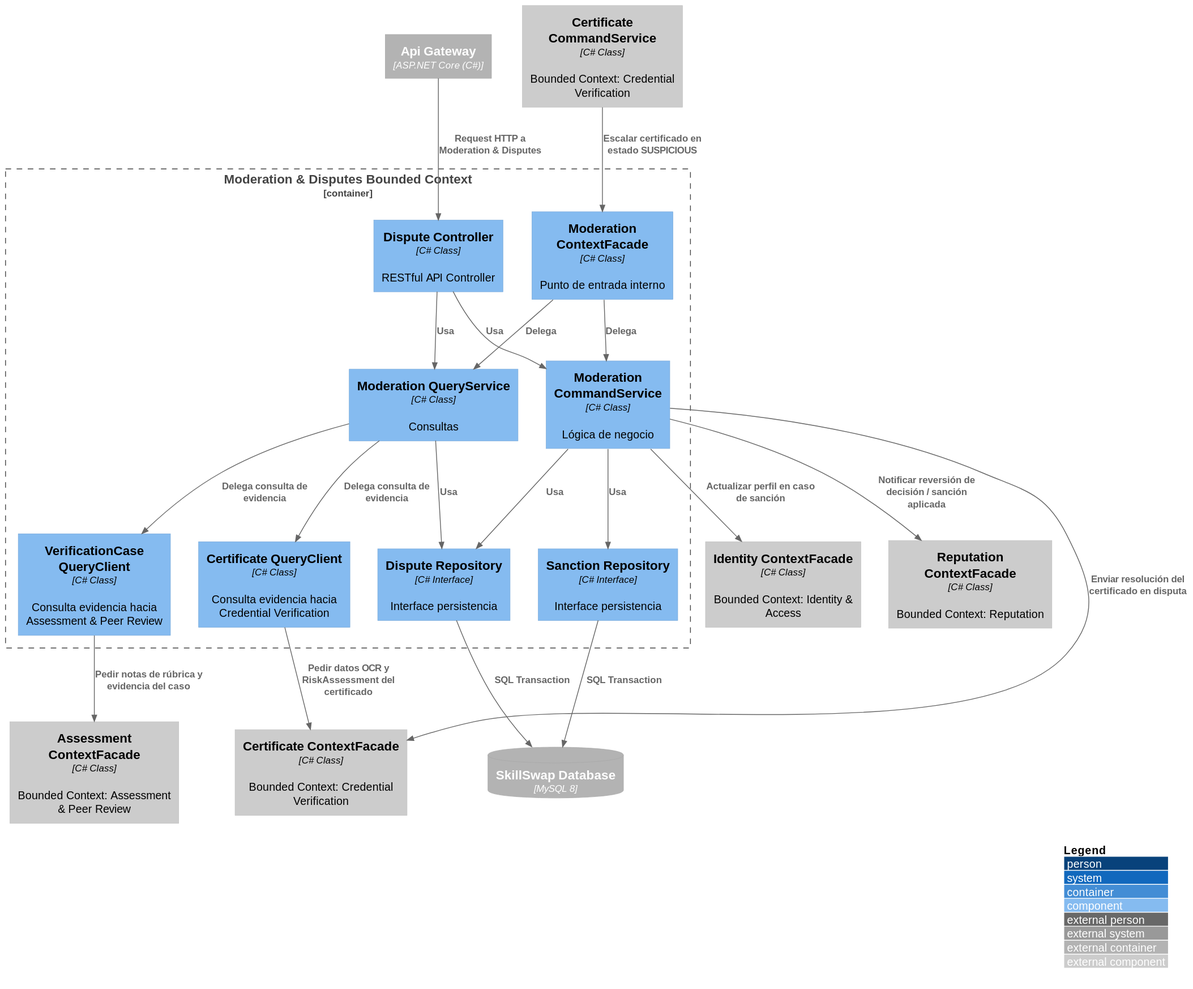
Aplicaciones-Dispositivos-Moviles/SkillSwap-ProjectReport keeps this PlantUML diagram as images-doc/ModerationDisputesComponent.svg. Above is the earlier version.
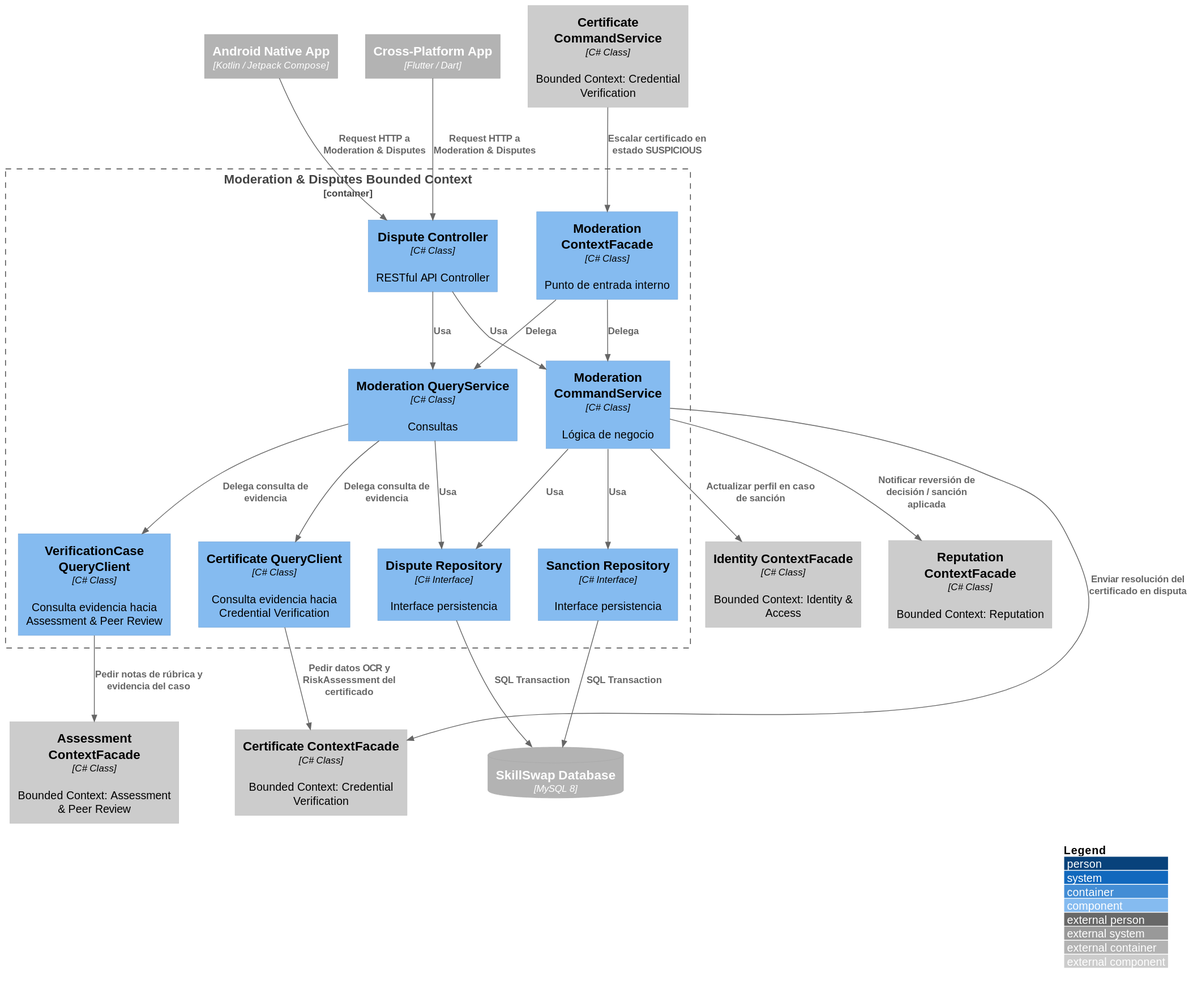
After the change.

Change to the diagram source:
```diff
@@ -3,7 +3,8 @@
 
 LAYOUT_WITH_LEGEND()
 
-Container_Ext(apiGateway, "Api Gateway", "ASP.NET Core (C#)")
+Container_Ext(androidApp, "Android Native App", "Kotlin / Jetpack Compose")
+Container_Ext(flutterApp, "Cross-Platform App", "Flutter / Dart")
 ContainerDb_Ext(mainDB, "SkillSwap Database", "MySQL 8")
 
 Container_Boundary(moderationBC, "Moderation & Disputes Bounded Context") {
@@ -23,7 +24,9 @@
 Component_Ext(credentialCommandService, "Certificate CommandService", "C# Class", "Bounded Context: Credential Verification")
 Component_Ext(assessmentContextFacade, "Assessment ContextFacade", "C# Class", "Bounded Context: Assessment & Peer Review")
 
-Rel(apiGateway, disputeController, "Request HTTP a Moderation & Disputes")
+Rel(androidApp, disputeController, "Request HTTP a Moderation & Disputes")
+Rel(flutterApp, disputeController, "Request HTTP a Moderation & Disputes")
+
 Rel(disputeController, moderationCommandService, "Usa")
 Rel(disputeController, moderationQueryService, "Usa")
 Rel(moderationCommandService, disputeRepository, "Usa")
```
